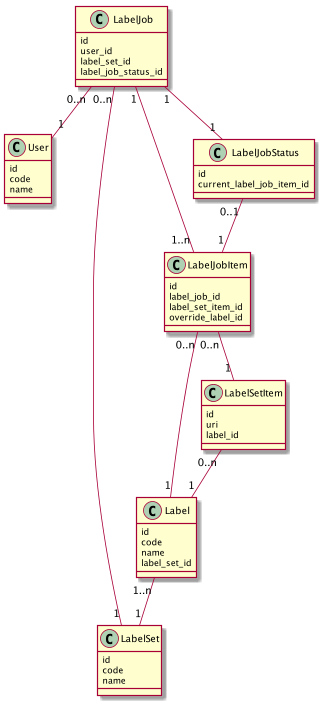
The PlantUML diagram doc/plantuml/classes.png in BigNerd/dblit, before a commit. Its diagram source:
```plantuml
@startuml

class User {
id
code
name
}

class LabelSet {
id
code
name
}

class Label {
id
code
name
label_set_id
}

class LabelSetItem {
id
uri
label_id
}

class LabelJob {
id
user_id
label_set_id
label_job_status_id
}

class LabelJobItem {
id
label_job_id
label_set_item_id
override_label_id
}

class LabelJobStatus {
id
current_label_job_item_id
}


Label "1..n" -- "1" LabelSet
LabelJob "0..n" -- "1" LabelSet
LabelJob "0..n" -- "1" User
LabelJob "1" -- "1" LabelJobStatus
LabelJob "1" -- "1..n" LabelJobItem
LabelJobStatus "0..1" -- "1" LabelJobItem
LabelJobItem "0..n" -- "1" LabelSetItem

LabelSetItem "0..n" -- "1" Label
LabelJobItem "0..n" -- "1" Label

@enduml
```
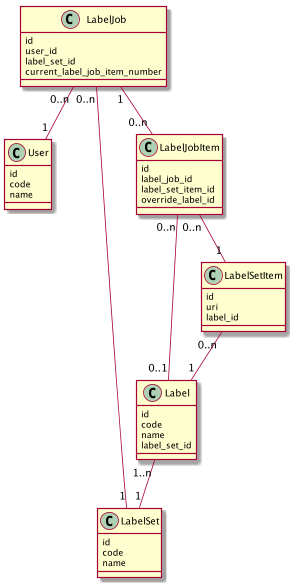
After the commit.

Commit message:
Add remaining classes and relationships

What changed in the source:
```diff
@@ -29,7 +29,7 @@
 id
 user_id
 label_set_id
-label_job_status_id
+current_label_job_item_number
 }
 
 class LabelJobItem {
@@ -39,21 +39,13 @@
 override_label_id
 }
 
-class LabelJobStatus {
-id
-current_label_job_item_id
-}
-
-
 Label "1..n" -- "1" LabelSet
 LabelJob "0..n" -- "1" LabelSet
 LabelJob "0..n" -- "1" User
-LabelJob "1" -- "1" LabelJobStatus
-LabelJob "1" -- "1..n" LabelJobItem
-LabelJobStatus "0..1" -- "1" LabelJobItem
+LabelJob "1" -- "0..n" LabelJobItem
 LabelJobItem "0..n" -- "1" LabelSetItem
 
 LabelSetItem "0..n" -- "1" Label
-LabelJobItem "0..n" -- "1" Label
+LabelJobItem "0..n" -- "0..1" Label
 
 @enduml
```
